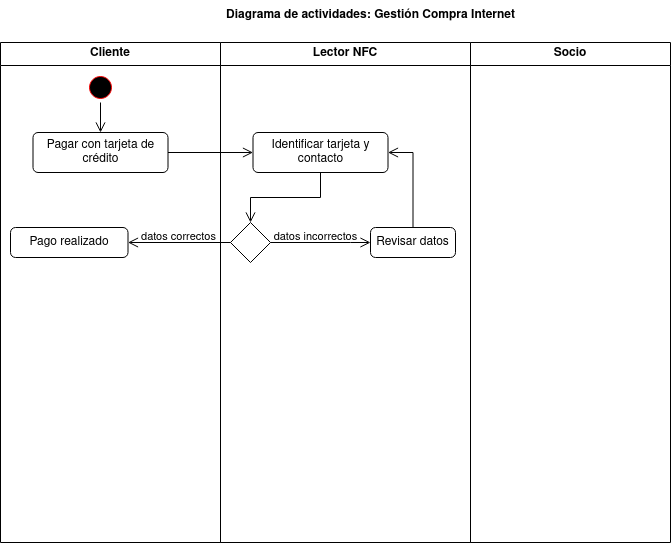
Above: Diagramas/EXAMEN ETS DIAGRAMAS/Diagrama Actividades Gestión Compra Internet.drawio.png in RafaelMayor/ETS (draw.io), before the change. Source tidied: cells renumbered, new cells last; positions are measured from the earlier drawing's top-left corner, leaving out a move shared by most shapes.
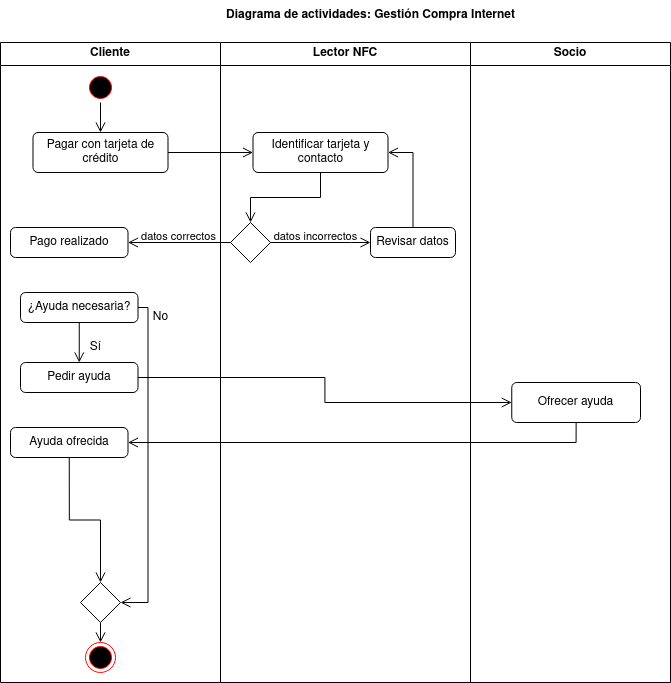
After the commit.

What changed in the source:
```diff
@@ -3,7 +3,7 @@
     <mxCell id="0" />
     <mxCell id="1" parent="0" />
     <mxCell id="2" value="Cliente" style="swimlane;whiteSpace=wrap;html=1;" parent="1" vertex="1">
-      <mxGeometry y="42" width="220" height="500" as="geometry" />
+      <mxGeometry y="42" width="220" height="640" as="geometry" />
     </mxCell>
     <mxCell id="3" style="ellipse;html=1;shape=startState;fillColor=#000000;strokeColor=#ff0000;" parent="2" vertex="1">
       <mxGeometry x="85" y="30" width="30" height="30" as="geometry" />
@@ -20,11 +20,47 @@
     <mxCell id="7" value="&lt;font style=&quot;font-size: 11px;&quot;&gt;datos correctos&lt;/font&gt;" style="text;html=1;align=center;verticalAlign=middle;strokeColor=none;fillColor=none;" parent="2" vertex="1">
       <mxGeometry x="127.5" y="180" width="100" height="30" as="geometry" />
     </mxCell>
+    <mxCell id="20" value="¿Ayuda necesaria?" style="html=1;align=center;verticalAlign=middle;rounded=1;absoluteArcSize=1;arcSize=10;dashed=0;whiteSpace=wrap;" parent="2" vertex="1">
+      <mxGeometry x="20" y="250" width="117.5" height="30" as="geometry" />
+    </mxCell>
+    <mxCell id="21" value="Pedir ayuda" style="html=1;align=center;verticalAlign=middle;rounded=1;absoluteArcSize=1;arcSize=10;dashed=0;whiteSpace=wrap;" parent="2" vertex="1">
+      <mxGeometry x="20" y="320" width="117.5" height="30" as="geometry" />
+    </mxCell>
+    <mxCell id="22" style="ellipse;html=1;shape=endState;fillColor=#000000;strokeColor=#ff0000;" parent="2" vertex="1">
+      <mxGeometry x="85" y="600" width="30" height="30" as="geometry" />
+    </mxCell>
+    <mxCell id="23" style="rhombus;whiteSpace=wrap;html=1;" parent="2" vertex="1">
+      <mxGeometry x="80" y="540" width="40" height="40" as="geometry" />
+    </mxCell>
+    <mxCell id="24" style="edgeStyle=orthogonalEdgeStyle;html=1;verticalAlign=bottom;endArrow=open;endSize=8;strokeColor=#000000;rounded=0;exitX=0.5;exitY=1;exitDx=0;exitDy=0;entryX=0.5;entryY=0;entryDx=0;entryDy=0;" parent="2" edge="1" source="20" target="21">
+      <mxGeometry relative="1" as="geometry" />
+    </mxCell>
+    <mxCell id="25" value="Sí" style="text;html=1;align=center;verticalAlign=middle;strokeColor=none;fillColor=none;" parent="2" vertex="1">
+      <mxGeometry x="80" y="290" width="30" height="30" as="geometry" />
+    </mxCell>
+    <mxCell id="26" style="edgeStyle=orthogonalEdgeStyle;html=1;verticalAlign=bottom;endArrow=open;endSize=8;strokeColor=#000000;rounded=0;entryX=1;entryY=0.5;entryDx=0;entryDy=0;exitX=1;exitY=0.5;exitDx=0;exitDy=0;" parent="2" edge="1" source="20" target="23">
+      <mxGeometry relative="1" as="geometry" />
+    </mxCell>
+    <mxCell id="27" value="No" style="text;html=1;align=center;verticalAlign=middle;strokeColor=none;fillColor=none;" parent="2" vertex="1">
+      <mxGeometry x="140" y="260" width="40" height="30" as="geometry" />
+    </mxCell>
+    <mxCell id="28" style="edgeStyle=orthogonalEdgeStyle;html=1;verticalAlign=bottom;endArrow=open;endSize=8;strokeColor=#000000;rounded=0;entryX=0.5;entryY=0;entryDx=0;entryDy=0;exitX=0.5;exitY=1;exitDx=0;exitDy=0;" parent="2" edge="1" source="23" target="22">
+      <mxGeometry relative="1" as="geometry" />
+    </mxCell>
+    <mxCell id="29" value="Ayuda ofrecida" style="html=1;align=center;verticalAlign=middle;rounded=1;absoluteArcSize=1;arcSize=10;dashed=0;whiteSpace=wrap;" parent="2" vertex="1">
+      <mxGeometry x="10" y="385" width="117.5" height="30" as="geometry" />
+    </mxCell>
+    <mxCell id="30" style="edgeStyle=orthogonalEdgeStyle;html=1;verticalAlign=bottom;endArrow=open;endSize=8;strokeColor=#000000;rounded=0;entryX=0.5;entryY=0;entryDx=0;entryDy=0;exitX=0.5;exitY=1;exitDx=0;exitDy=0;" parent="2" edge="1" source="29" target="23">
+      <mxGeometry relative="1" as="geometry" />
+    </mxCell>
     <mxCell id="8" value="Socio" style="swimlane;whiteSpace=wrap;html=1;" parent="1" vertex="1">
-      <mxGeometry x="470" y="42" width="200" height="500" as="geometry" />
+      <mxGeometry x="470" y="42" width="200" height="640" as="geometry" />
     </mxCell>
+    <mxCell id="31" value="Ofrecer ayuda" style="html=1;align=center;verticalAlign=middle;rounded=1;absoluteArcSize=1;arcSize=10;dashed=0;whiteSpace=wrap;" parent="8" vertex="1">
+      <mxGeometry x="41.2" y="340" width="128.8" height="40" as="geometry" />
+    </mxCell>
     <mxCell id="9" value="Lector NFC" style="swimlane;whiteSpace=wrap;html=1;" parent="1" vertex="1">
-      <mxGeometry x="220" y="42" width="250" height="500" as="geometry" />
+      <mxGeometry x="220" y="42" width="250" height="640" as="geometry" />
     </mxCell>
     <mxCell id="10" value="Identificar tarjeta y contacto" style="html=1;align=center;verticalAlign=middle;rounded=1;absoluteArcSize=1;arcSize=10;dashed=0;whiteSpace=wrap;" parent="9" vertex="1">
       <mxGeometry x="32.5" y="90" width="135" height="40" as="geometry" />
@@ -60,5 +96,11 @@
     <mxCell id="19" style="edgeStyle=orthogonalEdgeStyle;html=1;verticalAlign=bottom;endArrow=open;endSize=8;strokeColor=#000000;rounded=0;exitX=0;exitY=0.5;exitDx=0;exitDy=0;entryX=1;entryY=0.5;entryDx=0;entryDy=0;" parent="1" edge="1" source="11" target="6">
       <mxGeometry relative="1" as="geometry" />
     </mxCell>
+    <mxCell id="32" style="edgeStyle=orthogonalEdgeStyle;html=1;verticalAlign=bottom;endArrow=open;endSize=8;strokeColor=#000000;rounded=0;entryX=0;entryY=0.5;entryDx=0;entryDy=0;exitX=1;exitY=0.5;exitDx=0;exitDy=0;" parent="1" edge="1" source="21" target="31">
+      <mxGeometry relative="1" as="geometry" />
+    </mxCell>
+    <mxCell id="33" style="edgeStyle=orthogonalEdgeStyle;html=1;verticalAlign=bottom;endArrow=open;endSize=8;strokeColor=#000000;rounded=0;entryX=1;entryY=0.5;entryDx=0;entryDy=0;exitX=0.5;exitY=1;exitDx=0;exitDy=0;" parent="1" edge="1" source="31" target="29">
+      <mxGeometry relative="1" as="geometry" />
+    </mxCell>
   </root>
 </mxGraphModel>
```
